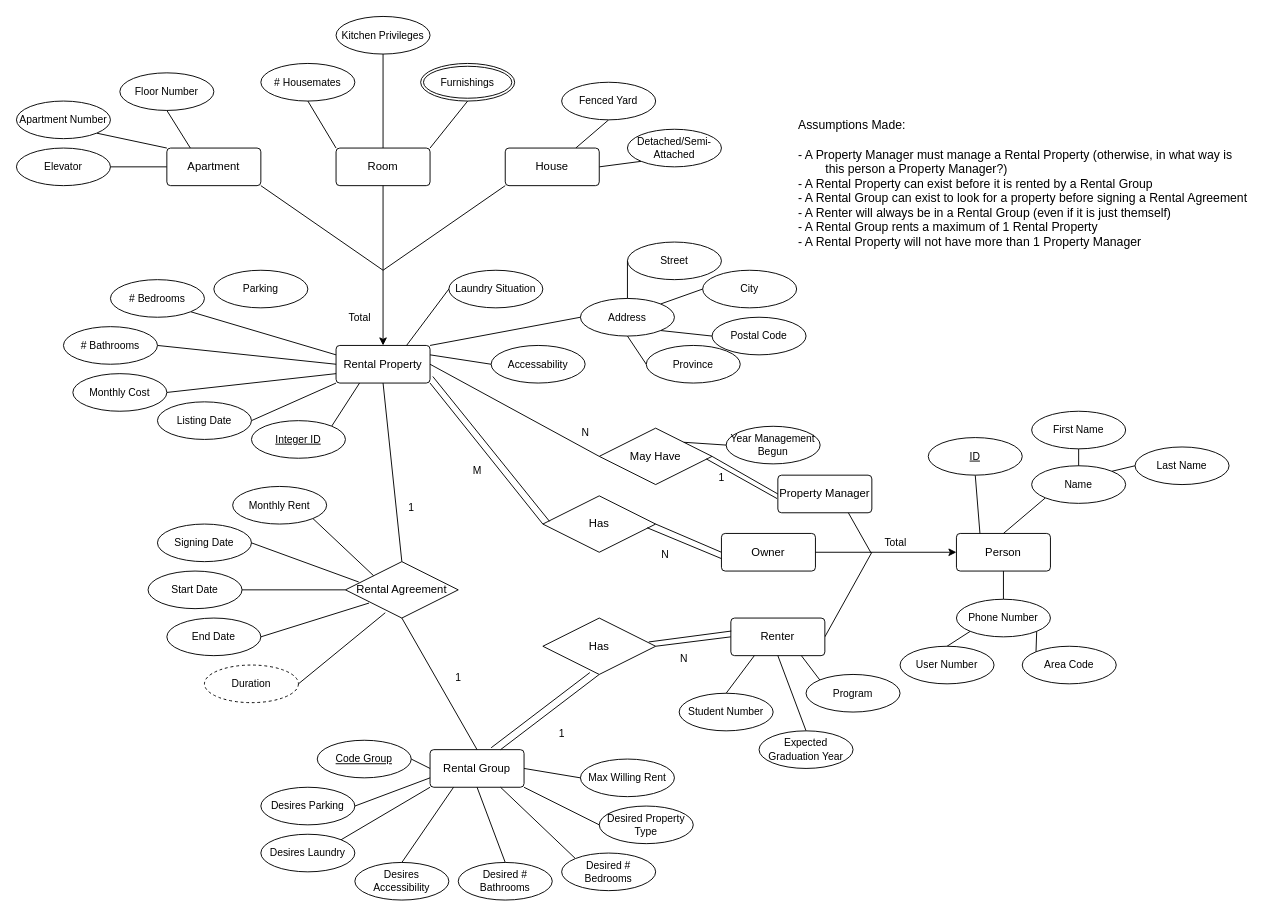
The draw.io diagram Property Management V01.drawio in joemcconkey/Property-Rental-Database, before the edit. Source tidied: cells renumbered, new cells numbered last; positions are measured from the earlier drawing's top-left corner, leaving out a move shared by most shapes. Both pictures are drawn from the tidied source at 94%, with x=0, y=0 at pixel (16, 16).
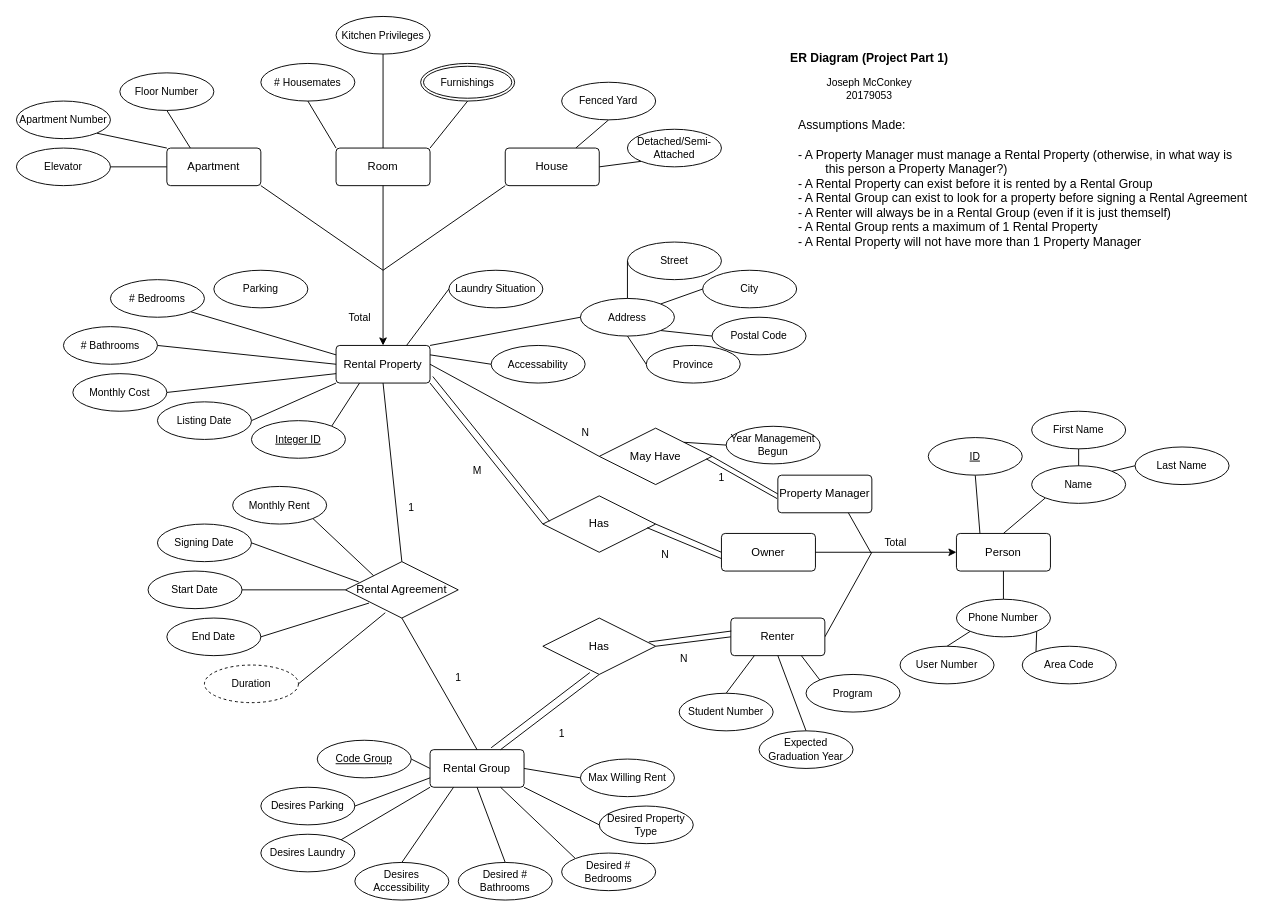
The same page after the edit.

Commit message:
Update Property Management V03.drawio

Diff of the diagram source:
```diff
@@
+    <mxCell id="134" value="&lt;h3&gt;ER Diagram (Project Part 1)&lt;br&gt;&lt;/h3&gt;&lt;div&gt;Joseph McConkey&lt;/div&gt;&lt;div&gt;20179053&lt;/div&gt;" style="text;html=1;align=center;verticalAlign=middle;strokeColor=none;fillColor=none;fontSize=11;fontFamily=Helvetica;fontColor=default;" parent="1" vertex="1">
+      <mxGeometry x="814" y="17" width="186" height="80" as="geometry" />
+    </mxCell>
```
